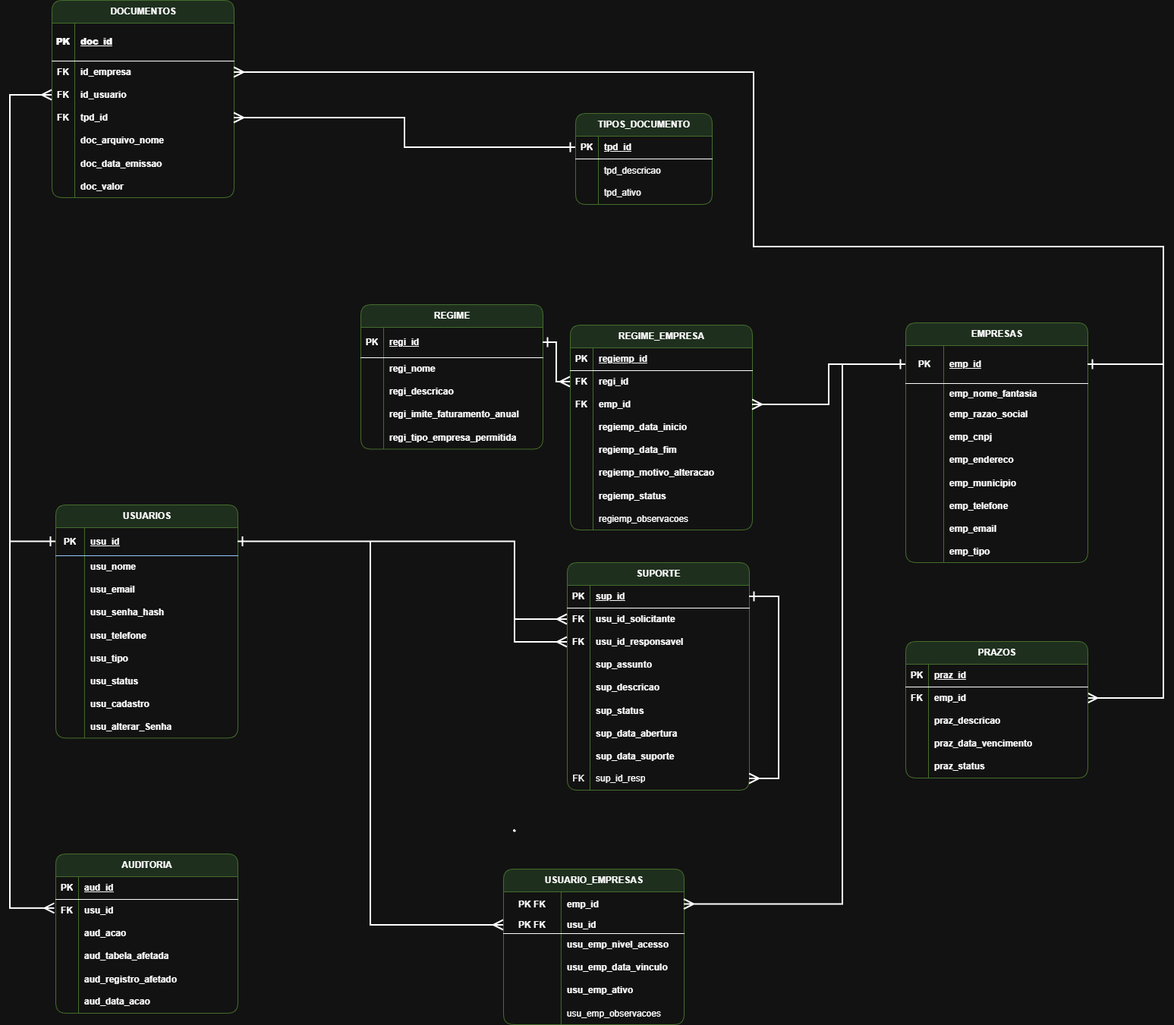
Before: src/dataBase/Diagrama_Contabilidade_TCC.drawio.png, a diagram exported from draw.io (joaoromeira-etec/introtucao-api-nodejs). Source tidied: cells renumbered, new cells last; positions are measured from the earlier drawing's top-left corner, leaving out a move shared by most shapes.
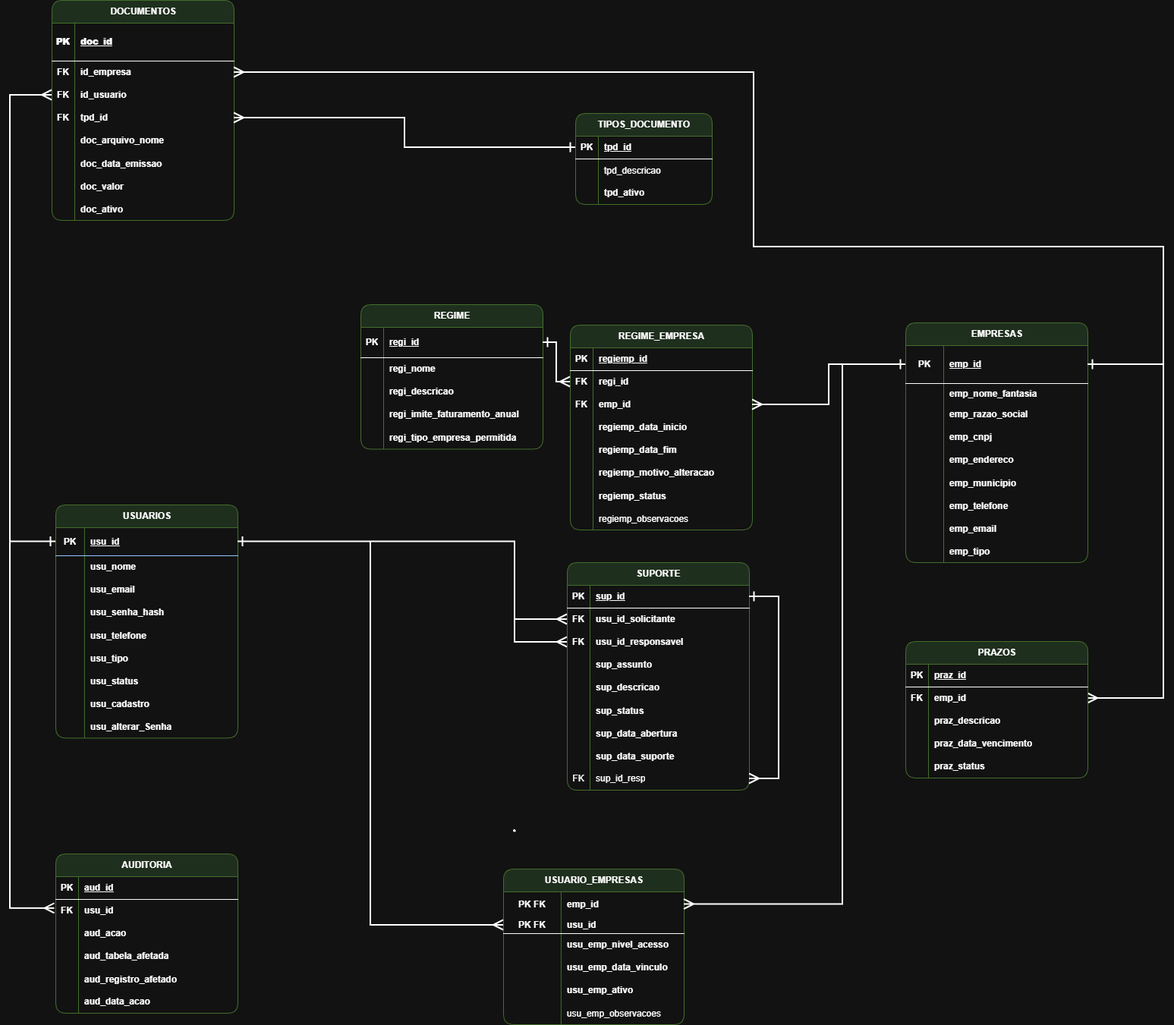
The same diagram one commit later.

Commit message:
Atualização diagrama

Diff of the diagram source:
```diff
@@ -171,7 +171,7 @@
       <mxGeometry x="50" width="190" height="30" as="geometry" />
     </mxCell>
     <mxCell id="58" value="DOCUMENTOS" style="shape=table;startSize=30;rowLines=0;fontStyle=1;align=center;html=1;rounded=1;fillColor=#D5E8D4;strokeColor=#82B366;" parent="1" vertex="1">
-      <mxGeometry x="55" width="240" height="260" as="geometry" />
+      <mxGeometry x="55" width="240" height="290" as="geometry" />
     </mxCell>
     <mxCell id="59" style="shape=tableRow;horizontal=0;startSize=0;swimlaneHead=0;swimlaneBody=0;fillColor=none;top=0;left=0;right=0;bottom=1;" parent="58" vertex="1">
       <mxGeometry y="30" width="240" height="50" as="geometry" />
@@ -236,6 +236,15 @@
     <mxCell id="79" value="doc_valor" style="shape=partialRectangle;fillColor=none;top=0;left=0;bottom=0;right=0;align=left;spacingLeft=6;overflow=hidden;fontStyle=1;" parent="77" vertex="1">
       <mxGeometry x="30" width="210" height="30" as="geometry" />
     </mxCell>
+    <mxCell id="227" style="shape=tableRow;horizontal=0;startSize=0;swimlaneHead=0;swimlaneBody=0;fillColor=none;top=0;left=0;right=0;bottom=0;" parent="58" vertex="1">
+      <mxGeometry y="260" width="240" height="30" as="geometry" />
+    </mxCell>
+    <mxCell id="228" style="shape=partialRectangle;fillColor=none;top=0;left=0;bottom=0;right=0;overflow=hidden;" parent="227" vertex="1">
+      <mxGeometry width="30" height="30" as="geometry" />
+    </mxCell>
+    <mxCell id="229" value="doc_ativo" style="shape=partialRectangle;fillColor=none;top=0;left=0;bottom=0;right=0;align=left;spacingLeft=6;overflow=hidden;fontStyle=1;" parent="227" vertex="1">
+      <mxGeometry x="30" width="210" height="30" as="geometry" />
+    </mxCell>
     <mxCell id="80" value="SUPORTE" style="shape=table;startSize=30;rowLines=0;fontStyle=1;align=center;html=1;rounded=1;fillColor=#d5e8d4;strokeColor=#82b366;" parent="1" vertex="1">
       <mxGeometry x="734" y="741" width="240" height="300" as="geometry" />
     </mxCell>
@@ -707,7 +716,7 @@
     <mxCell id="222" style="shape=partialRectangle;fillColor=none;top=0;left=0;bottom=0;right=0;overflow=hidden;whiteSpace=wrap;html=1;" parent="221" vertex="1">
       <mxGeometry width="30" height="30" as="geometry" />
     </mxCell>
-    <mxCell id="223" value="tpd_ativo" style="shape=partialRectangle;fillColor=none;top=0;left=0;bottom=0;right=0;align=left;spacingLeft=6;overflow=hidden;whiteSpace=wrap;html=1;" parent="221" vertex="1">
+    <mxCell id="223" value="&lt;b&gt;tpd_ativo&lt;/b&gt;" style="shape=partialRectangle;fillColor=none;top=0;left=0;bottom=0;right=0;align=left;spacingLeft=6;overflow=hidden;whiteSpace=wrap;html=1;" parent="221" vertex="1">
       <mxGeometry x="30" width="150" height="30" as="geometry" />
     </mxCell>
     <mxCell id="224" style="endArrow=ERone;html=1;rounded=0;strokeWidth=2;startArrow=ERmany;startFill=0;endFill=0;entryX=0;entryY=0.5;entryDx=0;entryDy=0;edgeStyle=orthogonalEdgeStyle;exitX=1;exitY=0.5;exitDx=0;exitDy=0;startSize=10;endSize=10;" parent="1" edge="1" source="68" target="215">
```
